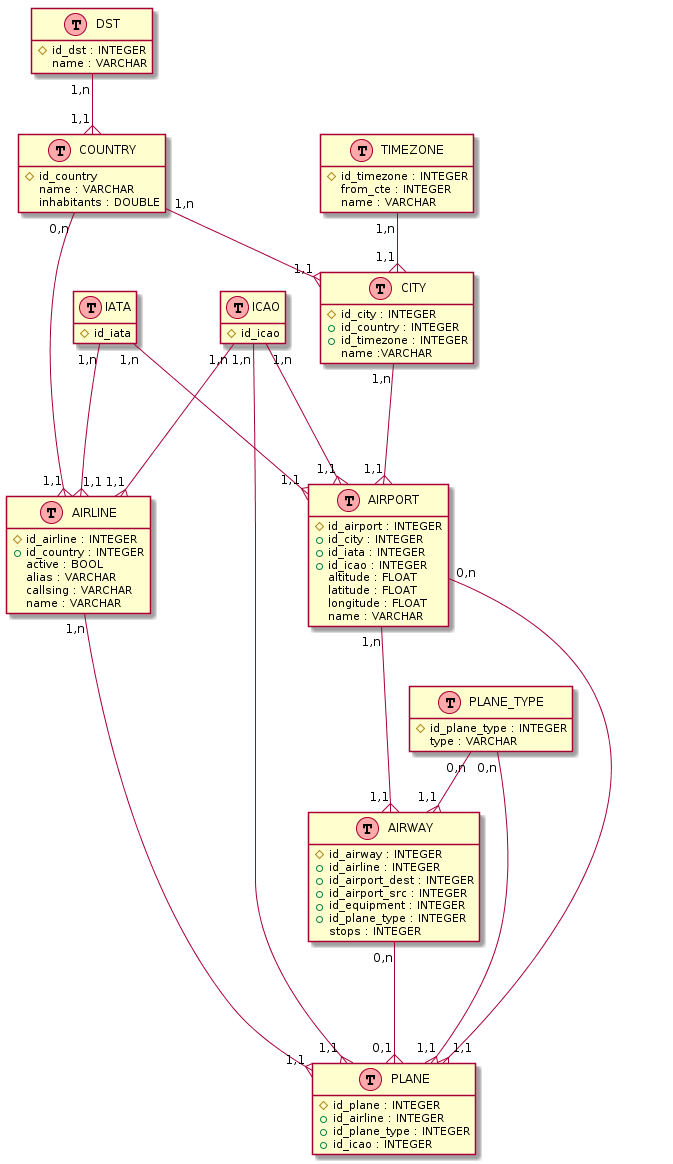
pBouillon/OpenFlightStatisticsAggregator keeps this PlantUML diagram as resources/database_modelisation/plantuml.png. Above is the earlier version.
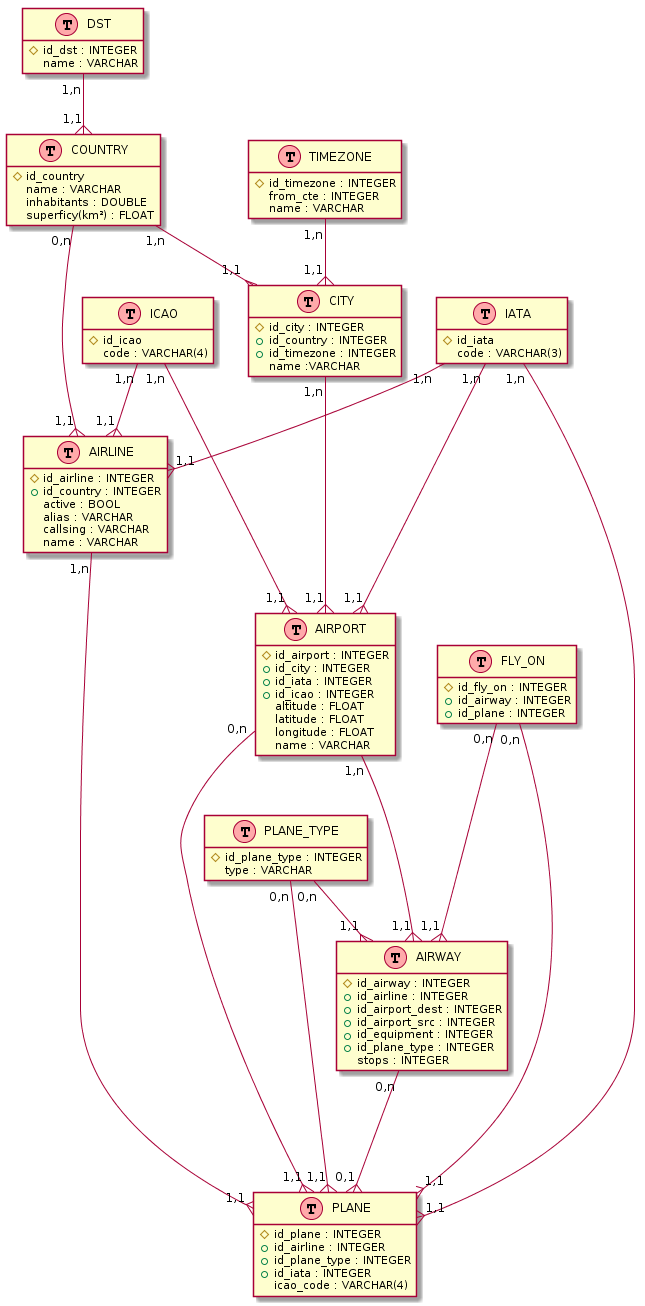
After the change.

Commit message:
correction database modelisation files

What changed in the source:
```diff
@@ -39,25 +39,31 @@
 #id_country
 name : VARCHAR
 inhabitants : DOUBLE
-superficy(km²) : FLOAT
+{field} superficy(km²) : FLOAT
 }
 class DST << (T,#FFAAAA) >> {
 #id_dst : INTEGER
 name : VARCHAR
 }
+class FLY_ON << (T,#FFAAAA) >> {
+#id_fly_on : INTEGER
++id_airway : INTEGER
++id_plane : INTEGER
+}
 class IATA << (T,#FFAAAA) >> {
 #id_iata
-code : VARCHAR(3)
+{field} code : VARCHAR(3)
 }
 class ICAO << (T,#FFAAAA) >> {
 #id_icao
-code : VARCHAR(4)
+{field} code : VARCHAR(4)
 }
 class PLANE << (T,#FFAAAA) >> {
 #id_plane : INTEGER
 +id_airline : INTEGER
 +id_plane_type : INTEGER
-+id_icao : INTEGER
++id_iata : INTEGER
+{field} icao_code : VARCHAR(4)
 }
 class PLANE_TYPE << (T,#FFAAAA) >> {
 #id_plane_type : INTEGER
@@ -77,11 +83,13 @@
 COUNTRY "0,n" ---{ "1,1" AIRLINE
 COUNTRY "1,n" --{ "1,1" CITY
 DST "1,n" --{ "1,1" COUNTRY
+FLY_ON "0,n" ---{ "1,1" AIRWAY
+FLY_ON "0,n" ---{ "1,1" PLANE
 IATA "1,n" --{ "1,1" AIRLINE
 IATA "1,n" ---{ "1,1" AIRPORT
-ICAO "1,n" ---{ "1,1" AIRLINE
-ICAO "1,n" ---{ "1,1" AIRPORT
-ICAO "1,n" -{ "1,1" PLANE
+IATA "1,n" ---{ "1,1" PLANE
+ICAO "1,n" --{ "1,1" AIRLINE
+ICAO "1,n" --{ "1,1" AIRPORT
 PLANE_TYPE "0,n" --{ "1,1" AIRWAY
 PLANE_TYPE "0,n" --{ "1,1" PLANE
 TIMEZONE "1,n" --{ "1,1" CITY
```
